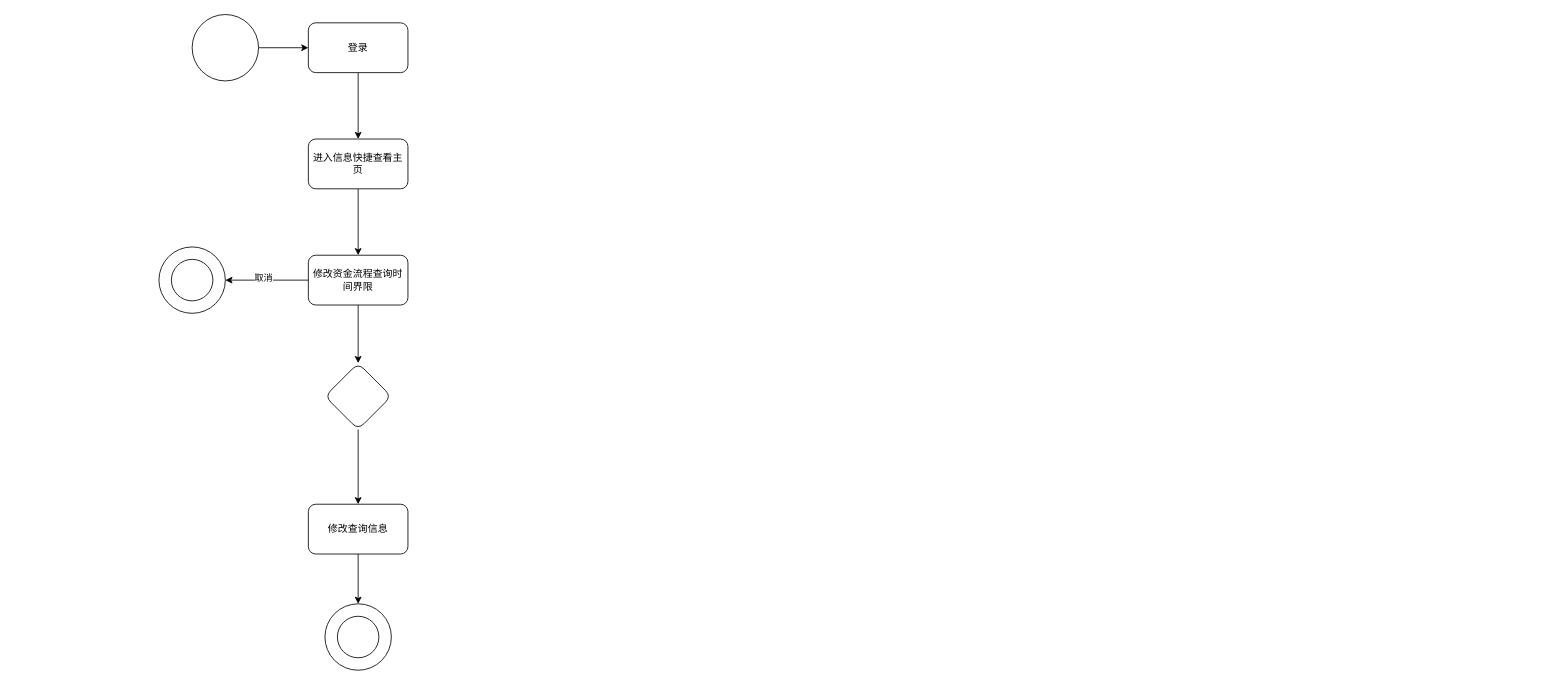
The draw.io diagram 工程流程图.drawio in GitHubDeadTree/Campus-ToDo, before the edit. Source tidied: cells renumbered, new cells numbered last; positions are measured from the earlier drawing's top-left corner, leaving out a move shared by most shapes. Both pictures are drawn from the tidied source at 83%, with x=0, y=0 at pixel (159, 14).
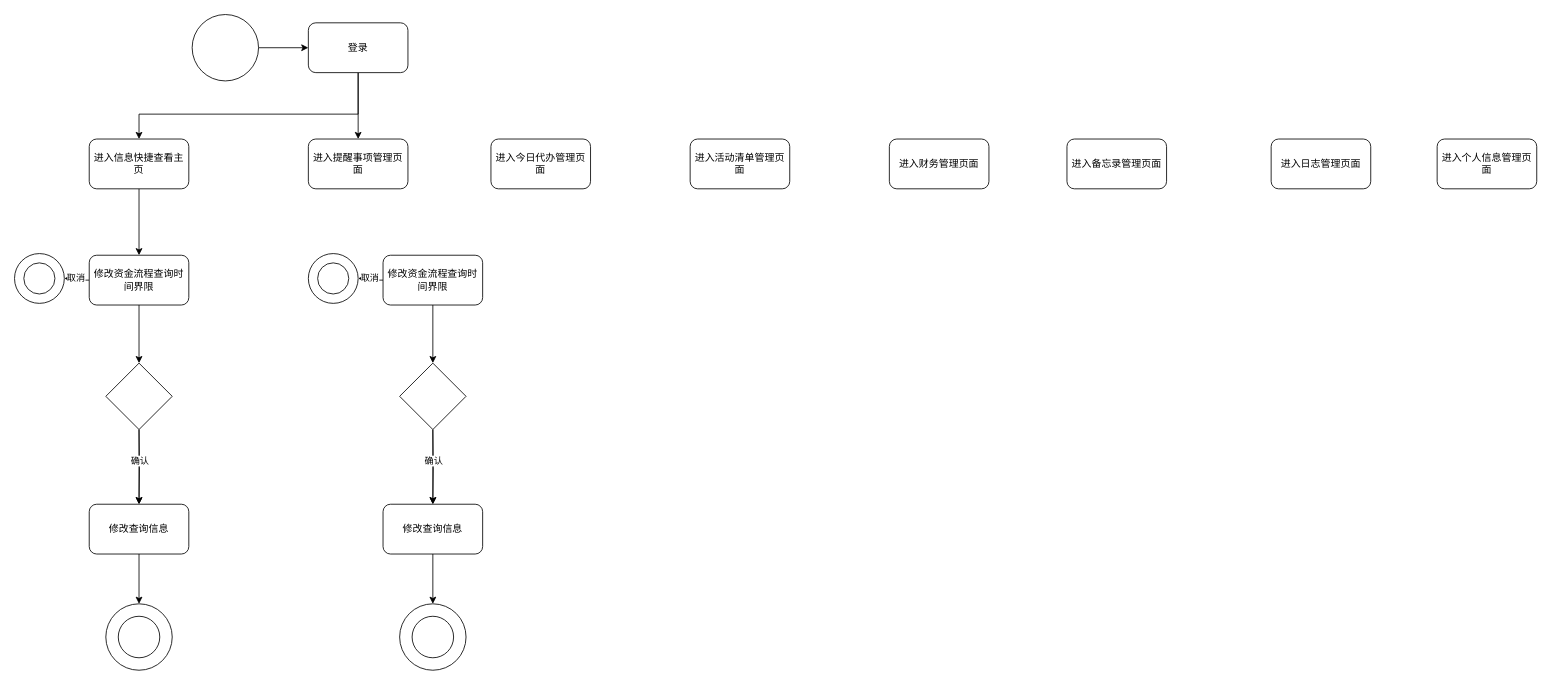
Above is the later version.

Commit message (it also covers changes not shown here):
更新工程流程图.drawio

The change refers to these unchanged cells:
```xml
<mxCell id="6" value="登录" style="rounded=1;whiteSpace=wrap;html=1;" parent="1" vertex="1">
  <mxGeometry x="180" y="10" width="120" height="60" as="geometry" />
</mxCell>
```

Diff of the diagram source:
```diff
@@
-    <mxCell id="5" style="edgeStyle=orthogonalEdgeStyle;rounded=0;jettySize=auto;html=1;" parent="1" edge="1" source="6" target="8">
-      <mxGeometry relative="1" as="geometry" />
+    <mxCell id="5" style="edgeStyle=orthogonalEdgeStyle;rounded=0;jettySize=auto;html=1;entryX=0.5;entryY=0;entryDx=0;entryDy=0;" parent="1" edge="1" source="6" target="8">
+      <mxGeometry relative="1" as="geometry">
+        <Array as="points">
+          <mxPoint x="240" y="120" />
+          <mxPoint x="-24" y="120" />
+        </Array>
+      </mxGeometry>
     </mxCell>
+    <mxCell id="23" style="edgeStyle=orthogonalEdgeStyle;rounded=0;jettySize=auto;html=1;" parent="1" edge="1" source="6" target="27">
+      <mxGeometry relative="1" as="geometry" />
+    </mxCell>
@@
     <mxCell id="8" value="进入信息快捷查看主页" style="rounded=1;whiteSpace=wrap;html=1;" parent="1" vertex="1">
-      <mxGeometry x="180" y="150" width="120" height="60" as="geometry" />
+      <mxGeometry x="-84" y="150" width="120" height="60" as="geometry" />
     </mxCell>
@@
-    <mxCell id="11" style="edgeStyle=orthogonalEdgeStyle;rounded=0;jettySize=auto;html=1;" parent="1" edge="1" source="12" target="17">
+    <mxCell id="11" style="edgeStyle=orthogonalEdgeStyle;rounded=0;jettySize=auto;html=1;entryX=0.5;entryY=0;entryDx=0;entryDy=0;" parent="1" edge="1" source="12" target="26">
       <mxGeometry relative="1" as="geometry" />
     </mxCell>
     <mxCell id="12" value="修改资金流程查询时间界限" style="whiteSpace=wrap;html=1;rounded=1;" parent="1" vertex="1">
-      <mxGeometry x="180" y="290" width="120" height="60" as="geometry" />
+      <mxGeometry x="-84" y="290" width="120" height="60" as="geometry" />
     </mxCell>
     <mxCell id="13" style="group;" parent="1" vertex="1">
-      <mxGeometry y="280" width="80" height="80" as="geometry" />
+      <mxGeometry x="-174" y="288" width="60" height="60" as="geometry" />
     </mxCell>
     <mxCell id="14" style="ellipse;whiteSpace=wrap;html=1;rounded=1;" parent="13" vertex="1">
-      <mxGeometry width="80" height="80" as="geometry" />
+      <mxGeometry width="60" height="60" as="geometry" />
     </mxCell>
     <mxCell id="15" style="ellipse;whiteSpace=wrap;html=1;rounded=1;" parent="13" vertex="1">
-      <mxGeometry x="15" y="15" width="50" height="50" as="geometry" />
+      <mxGeometry x="11.2" y="11.2" width="37.5" height="37.5" as="geometry" />
     </mxCell>
-    <mxCell id="16" style="edgeStyle=orthogonalEdgeStyle;rounded=0;jettySize=auto;html=1;" parent="1" edge="1" source="17" target="19">
-      <mxGeometry relative="1" as="geometry" />
+    <mxCell id="16" style="edgeStyle=orthogonalEdgeStyle;rounded=0;jettySize=auto;html=1;" parent="1" edge="1" target="19">
+      <mxGeometry relative="1" as="geometry">
+        <mxPoint x="-24" y="500" as="sourcePoint" />
+      </mxGeometry>
     </mxCell>
-    <mxCell id="17" style="rhombus;whiteSpace=wrap;html=1;rounded=1;" parent="1" vertex="1">
-      <mxGeometry x="200" y="420" width="80" height="80" as="geometry" />
-    </mxCell>
@@
     <mxCell id="19" value="修改查询信息" style="whiteSpace=wrap;html=1;rounded=1;" parent="1" vertex="1">
-      <mxGeometry x="180" y="590" width="120" height="60" as="geometry" />
+      <mxGeometry x="-84" y="590" width="120" height="60" as="geometry" />
     </mxCell>
     <mxCell id="20" style="group;" parent="1" vertex="1">
-      <mxGeometry x="200" y="710" width="80" height="80" as="geometry" />
+      <mxGeometry x="-64" y="710" width="80" height="80" as="geometry" />
     </mxCell>
@@
+    <mxCell id="24" style="edgeStyle=orthogonalEdgeStyle;rounded=0;jettySize=auto;html=1;exitX=0.5;exitY=1;exitDx=0;exitDy=0;" parent="1" edge="1" source="26" target="19">
+      <mxGeometry relative="1" as="geometry" />
+    </mxCell>
+    <mxCell id="25" value="确认" style="edgeLabel;html=1;align=center;verticalAlign=middle;" parent="24" vertex="1">
+      <mxGeometry x="-0.18" relative="1" as="geometry" />
+    </mxCell>
+    <mxCell id="26" style="rhombus;whiteSpace=wrap;html=1;" parent="1" vertex="1">
+      <mxGeometry x="-64" y="420" width="80" height="80" as="geometry" />
+    </mxCell>
+    <mxCell id="27" value="进入提醒事项管理页面" style="rounded=1;whiteSpace=wrap;html=1;" parent="1" vertex="1">
+      <mxGeometry x="180" y="150" width="120" height="60" as="geometry" />
+    </mxCell>
+    <mxCell id="28" style="edgeStyle=orthogonalEdgeStyle;rounded=0;jettySize=auto;html=1;" parent="1" edge="1" source="31" target="33">
+      <mxGeometry relative="1" as="geometry" />
+    </mxCell>
+    <mxCell id="29" value="取消" style="edgeLabel;html=1;align=center;verticalAlign=middle;" parent="28" vertex="1">
+      <mxGeometry x="0.09" y="-3" relative="1" as="geometry" />
+    </mxCell>
+    <mxCell id="30" style="edgeStyle=orthogonalEdgeStyle;rounded=0;jettySize=auto;html=1;entryX=0.5;entryY=0;entryDx=0;entryDy=0;" parent="1" edge="1" source="31" target="43">
+      <mxGeometry relative="1" as="geometry" />
+    </mxCell>
+    <mxCell id="31" value="修改资金流程查询时间界限" style="whiteSpace=wrap;html=1;rounded=1;" parent="1" vertex="1">
+      <mxGeometry x="270" y="290" width="120" height="60" as="geometry" />
+    </mxCell>
+    <mxCell id="32" style="group;" parent="1" vertex="1">
+      <mxGeometry x="180" y="288" width="60" height="60" as="geometry" />
+    </mxCell>
+    <mxCell id="33" style="ellipse;whiteSpace=wrap;html=1;rounded=1;" parent="32" vertex="1">
+      <mxGeometry width="60" height="60" as="geometry" />
+    </mxCell>
+    <mxCell id="34" style="ellipse;whiteSpace=wrap;html=1;rounded=1;" parent="32" vertex="1">
+      <mxGeometry x="11.2" y="11.2" width="37.5" height="37.5" as="geometry" />
+    </mxCell>
+    <mxCell id="35" style="edgeStyle=orthogonalEdgeStyle;rounded=0;jettySize=auto;html=1;" parent="1" edge="1" target="37">
+      <mxGeometry relative="1" as="geometry">
+        <mxPoint x="330" y="500" as="sourcePoint" />
+      </mxGeometry>
+    </mxCell>
+    <mxCell id="36" style="edgeStyle=orthogonalEdgeStyle;rounded=0;jettySize=auto;html=1;entryX=0.5;entryY=0;entryDx=0;entryDy=0;" parent="1" edge="1" source="37" target="39">
+      <mxGeometry relative="1" as="geometry" />
+    </mxCell>
+    <mxCell id="37" value="修改查询信息" style="whiteSpace=wrap;html=1;rounded=1;" parent="1" vertex="1">
+      <mxGeometry x="270" y="590" width="120" height="60" as="geometry" />
+    </mxCell>
+    <mxCell id="38" style="group;" parent="1" vertex="1">
+      <mxGeometry x="290" y="710" width="80" height="80" as="geometry" />
+    </mxCell>
+    <mxCell id="39" style="ellipse;whiteSpace=wrap;html=1;rounded=1;" parent="38" vertex="1">
+      <mxGeometry width="80" height="80" as="geometry" />
+    </mxCell>
+    <mxCell id="40" style="ellipse;whiteSpace=wrap;html=1;rounded=1;" parent="38" vertex="1">
+      <mxGeometry x="15" y="15" width="50" height="50" as="geometry" />
+    </mxCell>
+    <mxCell id="41" style="edgeStyle=orthogonalEdgeStyle;rounded=0;jettySize=auto;html=1;exitX=0.5;exitY=1;exitDx=0;exitDy=0;" parent="1" edge="1" source="43" target="37">
+      <mxGeometry relative="1" as="geometry" />
+    </mxCell>
+    <mxCell id="42" value="确认" style="edgeLabel;html=1;align=center;verticalAlign=middle;" parent="41" vertex="1">
+      <mxGeometry x="-0.18" relative="1" as="geometry" />
+    </mxCell>
+    <mxCell id="43" style="rhombus;whiteSpace=wrap;html=1;" parent="1" vertex="1">
+      <mxGeometry x="290" y="420" width="80" height="80" as="geometry" />
+    </mxCell>
+    <mxCell id="44" value="进入今日代办管理页面" style="rounded=1;whiteSpace=wrap;html=1;" parent="1" vertex="1">
+      <mxGeometry x="400" y="150" width="120" height="60" as="geometry" />
+    </mxCell>
+    <mxCell id="45" value="进入活动清单管理页面" style="rounded=1;whiteSpace=wrap;html=1;" parent="1" vertex="1">
+      <mxGeometry x="640" y="150" width="120" height="60" as="geometry" />
+    </mxCell>
+    <mxCell id="46" value="进入财务管理页面" style="rounded=1;whiteSpace=wrap;html=1;" parent="1" vertex="1">
+      <mxGeometry x="880" y="150" width="120" height="60" as="geometry" />
+    </mxCell>
+    <mxCell id="47" value="进入备忘录管理页面" style="rounded=1;whiteSpace=wrap;html=1;" parent="1" vertex="1">
+      <mxGeometry x="1094" y="150" width="120" height="60" as="geometry" />
+    </mxCell>
+    <mxCell id="48" value="进入日志管理页面" style="rounded=1;whiteSpace=wrap;html=1;" parent="1" vertex="1">
+      <mxGeometry x="1340" y="150" width="120" height="60" as="geometry" />
+    </mxCell>
+    <mxCell id="49" value="进入个人信息管理页面" style="rounded=1;whiteSpace=wrap;html=1;" parent="1" vertex="1">
+      <mxGeometry x="1540" y="150" width="120" height="60" as="geometry" />
+    </mxCell>
```
